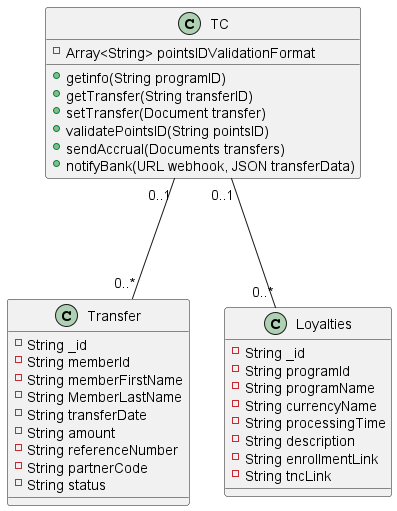
This is diagrams/transfer-connect/Class Diagram for TC.png from Rye123/esc-transferconnect, a PlantUML export, as it was before one commit. Its diagram source:
```plantuml
@startuml Class Diagram for TC

class TC {
    - Array<String> pointsIDValidationFormat
    + getinfo(String programID)
    + getTransfer(String transferID)
    + setTransfer(Document transfer)
    + validatePointsID(String pointsID)
    + sendAccrual(Documents transfers)
    + notifyBank(URL webhook, JSON transferData)

}

class Transfer {
    - String _id
    - String memberId
    - String memberFirstName
    - String MemberLastName
    - String transferDate
    - String amount
    - String referenceNumber
    - String partnerCode
    - String status
}

class Loyalties {
    - String _id
    - String programId
    - String programName
    - String currencyName
    - String processingTime
    - String description
    - String enrollmentLink
    - String tncLink
}

TC "0..1" --- "0..*" Transfer
TC "0..1" --- "0..*" Loyalties

@enduml
```
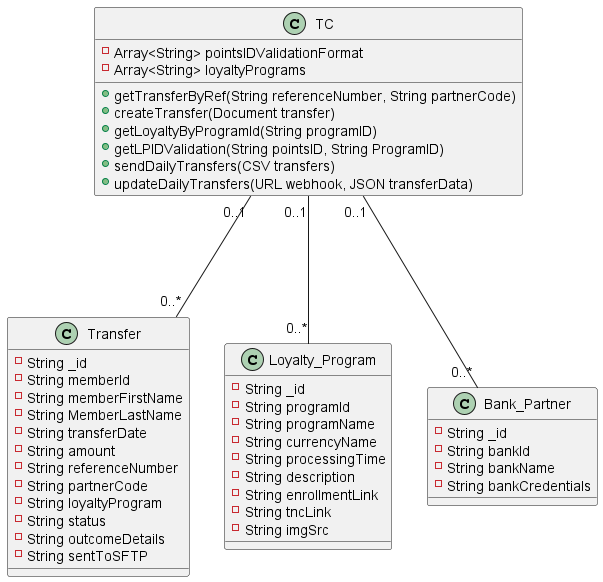
After the commit.

Commit message:
docs - change class diagram png

Diff of the diagram source:
```diff
@@ -1,14 +1,13 @@
 @startuml Class Diagram for TC
-
 class TC {
     - Array<String> pointsIDValidationFormat
-    + getinfo(String programID)
-    + getTransfer(String transferID)
-    + setTransfer(Document transfer)
-    + validatePointsID(String pointsID)
-    + sendAccrual(Documents transfers)
-    + notifyBank(URL webhook, JSON transferData)
-
+    - Array<String> loyaltyPrograms
+    + getTransferByRef(String referenceNumber, String partnerCode)
+    + createTransfer(Document transfer)
+    + getLoyaltyByProgramId(String programID)
+    + getLPIDValidation(String pointsID, String ProgramID)
+    + sendDailyTransfers(CSV transfers)
+    + updateDailyTransfers(URL webhook, JSON transferData)
 }
 
 class Transfer {
@@ -20,10 +19,13 @@
     - String amount
     - String referenceNumber
     - String partnerCode
+    - String loyaltyProgram
     - String status
+    - String outcomeDetails
+    - String sentToSFTP
 }
 
-class Loyalties {
+class Loyalty_Program {
     - String _id
     - String programId
     - String programName
@@ -32,9 +34,16 @@
     - String description
     - String enrollmentLink
     - String tncLink
+    - String imgSrc
+}
+class Bank_Partner {
+    - String _id
+    - String bankId
+    - String bankName
+    - String bankCredentials
 }
 
 TC "0..1" --- "0..*" Transfer
-TC "0..1" --- "0..*" Loyalties
-
+TC "0..1" --- "0..*" Loyalty_Program
+TC "0..1" --- "0..*" Bank_Partner
 @enduml
```
